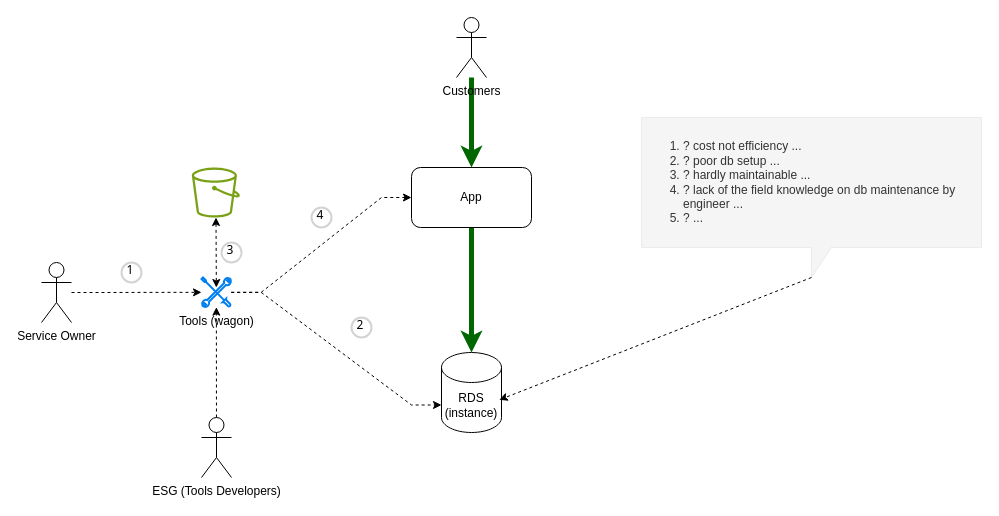
The draw.io diagram common db.drawio in jiangtao7/draw.io, before the edit. Source tidied: cells renumbered, new cells numbered last; positions are measured from the earlier drawing's top-left corner, leaving out a move shared by most shapes. Both pictures are drawn from the tidied source at 100%, with x=0, y=0 at pixel (41, 17).
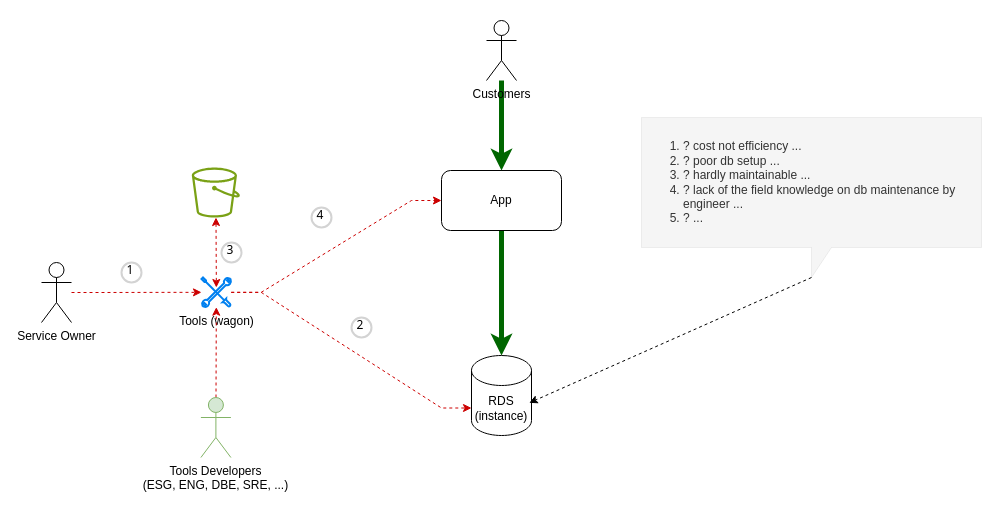
After the change.

The change refers to these unchanged cells:
```xml
<mxCell id="8" value="Tools (wagon)" style="html=1;verticalLabelPosition=bottom;align=center;labelBackgroundColor=#ffffff;verticalAlign=top;strokeWidth=2;strokeColor=#0080F0;shadow=0;dashed=0;shape=mxgraph.ios7.icons.tools;" parent="1" vertex="1">
  <mxGeometry x="160" y="260" width="29.7" height="29.7" as="geometry" />
</mxCell>
<mxCell id="11" value="Service Owner" style="shape=umlActor;verticalLabelPosition=bottom;verticalAlign=top;html=1;outlineConnect=0;" parent="1" vertex="1">
  <mxGeometry y="245" width="30" height="60" as="geometry" />
</mxCell>
<mxCell id="14" style="sketch=0;outlineConnect=0;fontColor=#232F3E;gradientColor=none;fillColor=#7AA116;strokeColor=none;dashed=0;verticalLabelPosition=bottom;verticalAlign=top;align=center;html=1;fontSize=12;fontStyle=0;shape=mxgraph.aws4.bucket;" parent="1" vertex="1">
  <mxGeometry x="150.3" y="150" width="48.1" height="50" as="geometry" />
</mxCell>
```

What changed in the source:
```diff
@@
     <mxCell id="3" value="App" style="rounded=1;whiteSpace=wrap;html=1;" parent="1" vertex="1">
-      <mxGeometry x="370" y="150" width="120" height="60" as="geometry" />
+      <mxGeometry x="400" y="153" width="120" height="60" as="geometry" />
     </mxCell>
     <mxCell id="4" value="RDS&lt;br&gt;(instance)" style="shape=cylinder3;whiteSpace=wrap;html=1;boundedLbl=1;backgroundOutline=1;size=15;" parent="1" vertex="1">
-      <mxGeometry x="400" y="335" width="60" height="80" as="geometry" />
+      <mxGeometry x="430" y="338" width="60" height="80" as="geometry" />
     </mxCell>
@@
     <mxCell id="6" value="Customers" style="shape=umlActor;verticalLabelPosition=bottom;verticalAlign=top;html=1;outlineConnect=0;" parent="1" vertex="1">
-      <mxGeometry x="415" width="30" height="60" as="geometry" />
+      <mxGeometry x="445" y="3" width="30" height="60" as="geometry" />
     </mxCell>
-    <mxCell id="7" style="edgeStyle=entityRelationEdgeStyle;rounded=0;jettySize=auto;html=1;entryX=0;entryY=0.5;entryDx=0;entryDy=0;dashed=1;" parent="1" edge="1" source="8" target="3">
+    <mxCell id="7" style="edgeStyle=entityRelationEdgeStyle;rounded=0;jettySize=auto;html=1;entryX=0;entryY=0.5;entryDx=0;entryDy=0;dashed=1;strokeColor=#CC0000;" parent="1" edge="1" source="8" target="3">
       <mxGeometry relative="1" as="geometry" />
     </mxCell>
@@
-    <mxCell id="9" style="edgeStyle=entityRelationEdgeStyle;rounded=0;jettySize=auto;html=1;entryX=0;entryY=0;entryDx=0;entryDy=52.5;entryPerimeter=0;dashed=1;" parent="1" edge="1" source="8" target="4">
+    <mxCell id="9" style="edgeStyle=entityRelationEdgeStyle;rounded=0;jettySize=auto;html=1;entryX=0;entryY=0;entryDx=0;entryDy=52.5;entryPerimeter=0;dashed=1;strokeColor=#CC0000;" parent="1" edge="1" source="8" target="4">
       <mxGeometry relative="1" as="geometry" />
     </mxCell>
-    <mxCell id="10" style="edgeStyle=entityRelationEdgeStyle;rounded=0;jettySize=auto;html=1;dashed=1;" parent="1" edge="1" source="11" target="8">
+    <mxCell id="10" style="edgeStyle=entityRelationEdgeStyle;rounded=0;jettySize=auto;html=1;dashed=1;strokeColor=#CC0000;" parent="1" edge="1" source="11" target="8">
       <mxGeometry relative="1" as="geometry" />
     </mxCell>
@@
-    <mxCell id="12" style="edgeStyle=none;rounded=0;jettySize=auto;html=1;dashed=1;" parent="1" edge="1" source="13" target="8">
+    <mxCell id="12" style="edgeStyle=none;rounded=0;jettySize=auto;html=1;dashed=1;strokeColor=#CC0000;" parent="1" edge="1" source="13" target="8">
       <mxGeometry relative="1" as="geometry" />
     </mxCell>
-    <mxCell id="13" value="ESG (Tools Developers)" style="shape=umlActor;verticalLabelPosition=bottom;verticalAlign=top;html=1;outlineConnect=0;" parent="1" vertex="1">
-      <mxGeometry x="160" y="400" width="30" height="60" as="geometry" />
+    <mxCell id="13" value="Tools Developers &lt;br&gt;(ESG, ENG, DBE, SRE, ...)" style="shape=umlActor;verticalLabelPosition=bottom;verticalAlign=top;html=1;outlineConnect=0;fillColor=#d5e8d4;strokeColor=#82b366;" parent="1" vertex="1">
+      <mxGeometry x="159.4" y="380" width="30" height="60" as="geometry" />
     </mxCell>
@@
-    <mxCell id="15" style="edgeStyle=none;rounded=0;jettySize=auto;html=1;entryX=0.5;entryY=0.337;entryDx=0;entryDy=0;entryPerimeter=0;startArrow=classic;startFill=1;dashed=1;" parent="1" edge="1" source="14" target="8">
+    <mxCell id="15" style="edgeStyle=none;rounded=0;jettySize=auto;html=1;entryX=0.5;entryY=0.337;entryDx=0;entryDy=0;entryPerimeter=0;startArrow=classic;startFill=1;dashed=1;strokeColor=#CC0000;" parent="1" edge="1" source="14" target="8">
       <mxGeometry relative="1" as="geometry" />
     </mxCell>
```
